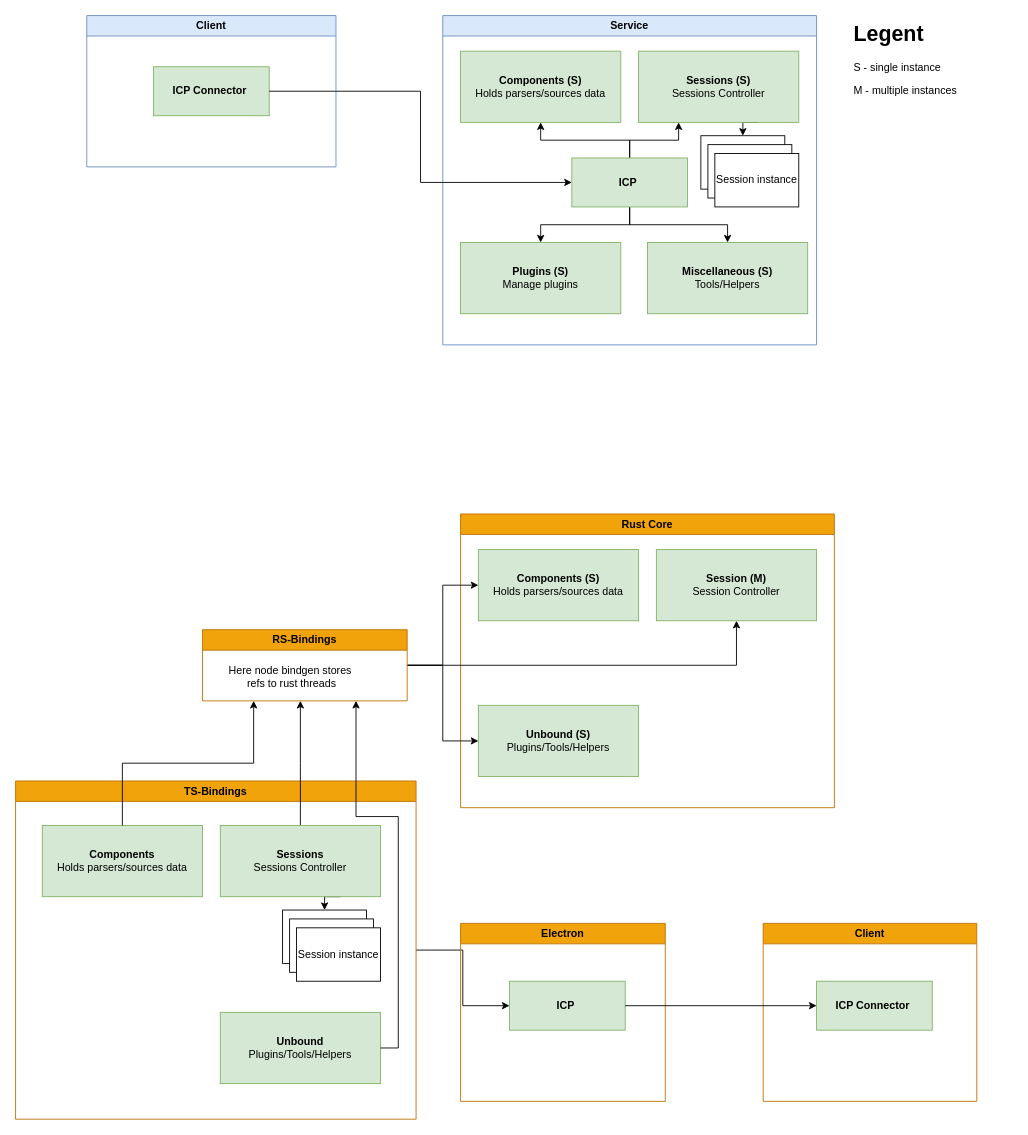
Above: runtime_map.drawio in DmitryAstafyev/chipmunk3_roadmap (draw.io), before the change. Source tidied: cells renumbered, new cells numbered last; positions are measured from the earlier drawing's top-left corner, leaving out a move shared by most shapes. Both pictures are drawn from the tidied source at 89%, with x=0, y=0 at pixel (15, 15).
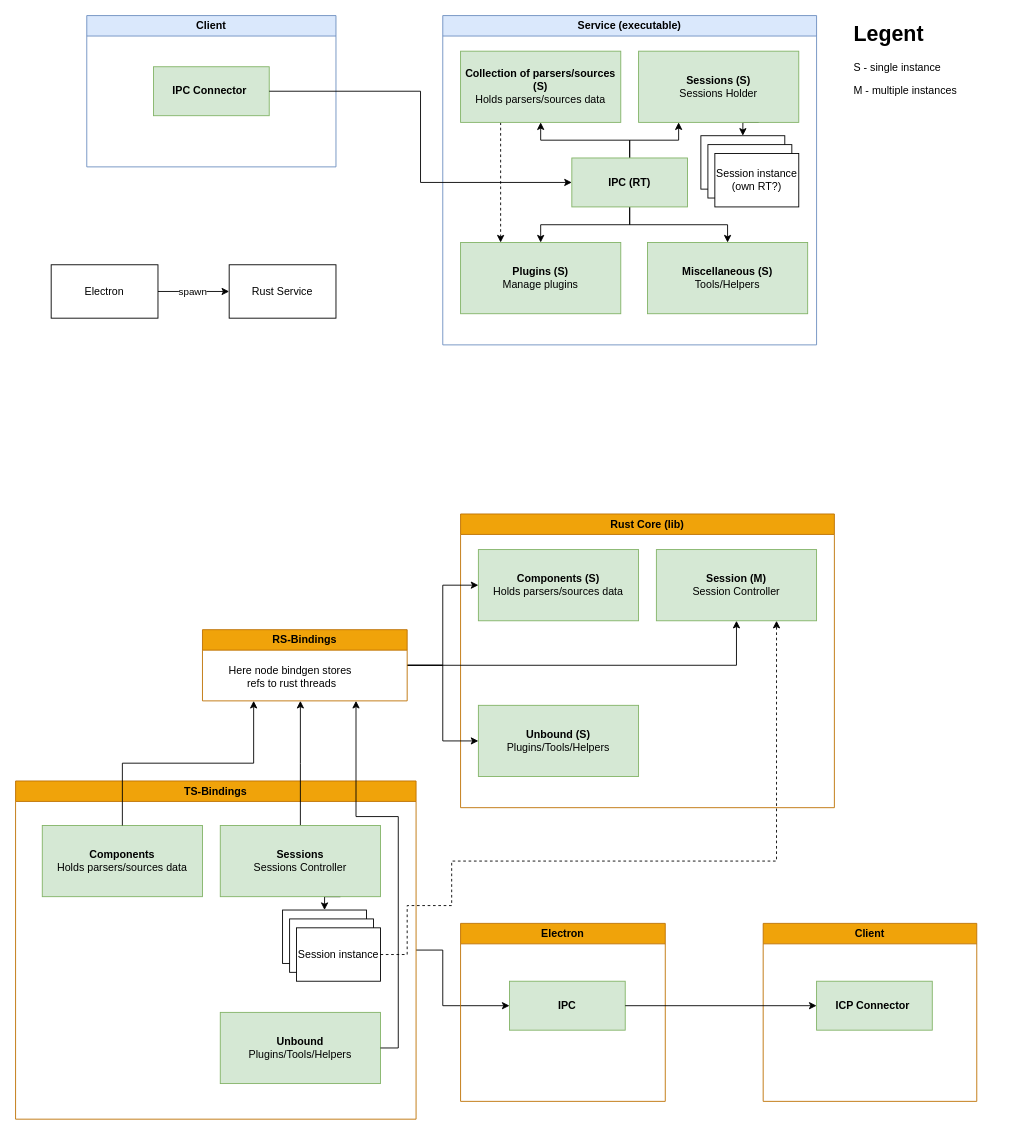
Above is the later version.

Unchanged cells that the change refers to:
```xml
<mxCell id="4" value="&lt;b&gt;Plugins (S)&lt;/b&gt;&lt;div&gt;Manage plugins&lt;/div&gt;" style="rounded=0;whiteSpace=wrap;html=1;fillColor=#d5e8d4;strokeColor=#82b366;" parent="2" vertex="1">
  <mxGeometry x="20" y="255" width="180" height="80" as="geometry" />
</mxCell>
<mxCell id="13" style="group;" parent="2" vertex="1">
  <mxGeometry x="290" y="135" width="110" height="80" as="geometry" />
</mxCell>
<mxCell id="17" value="Client" style="swimlane;whiteSpace=wrap;html=1;fillColor=#dae8fc;strokeColor=#6c8ebf;" parent="1" vertex="1">
  <mxGeometry x="80" width="280" height="170" as="geometry" />
</mxCell>
<mxCell id="23" value="&lt;b&gt;Session (M)&lt;/b&gt;&lt;br&gt;&lt;div&gt;Session Controller&lt;/div&gt;" style="rounded=0;whiteSpace=wrap;html=1;fillColor=#d5e8d4;strokeColor=#82b366;" parent="20" vertex="1">
  <mxGeometry x="220" y="40" width="180" height="80" as="geometry" />
</mxCell>
<mxCell id="29" value="TS-Bindings" style="swimlane;whiteSpace=wrap;html=1;fillColor=#f0a30a;fontColor=#000000;strokeColor=#BD7000;" parent="1" vertex="1">
  <mxGeometry y="860" width="450" height="380" as="geometry" />
</mxCell>
<mxCell id="37" value="Session instance" style="rounded=0;whiteSpace=wrap;html=1;" parent="34" vertex="1">
  <mxGeometry x="15.7" y="20" width="94.3" height="60" as="geometry" />
</mxCell>
<mxCell id="41" value="Electron" style="swimlane;whiteSpace=wrap;html=1;fillColor=#f0a30a;fontColor=#000000;strokeColor=#BD7000;" parent="1" vertex="1">
  <mxGeometry x="500" y="1020" width="230" height="200" as="geometry" />
</mxCell>
```

Diff of the diagram source:
```diff
@@
-    <mxCell id="2" value="Service" style="swimlane;whiteSpace=wrap;html=1;fillColor=#dae8fc;strokeColor=#6c8ebf;" parent="1" vertex="1">
+    <mxCell id="2" value="Service (executable)" style="swimlane;whiteSpace=wrap;html=1;fillColor=#dae8fc;strokeColor=#6c8ebf;" parent="1" vertex="1">
       <mxGeometry x="480" width="420" height="370" as="geometry" />
     </mxCell>
+    <mxCell id="48" style="edgeStyle=orthogonalEdgeStyle;rounded=0;jettySize=auto;html=1;exitX=0.25;exitY=1;exitDx=0;exitDy=0;entryX=0.25;entryY=0;entryDx=0;entryDy=0;dashed=1;" parent="2" edge="1" source="3" target="4">
+      <mxGeometry relative="1" as="geometry" />
+    </mxCell>
-    <mxCell id="3" value="&lt;b&gt;Components (S)&lt;/b&gt;&lt;div&gt;Holds parsers/sources data&lt;/div&gt;" style="rounded=0;whiteSpace=wrap;html=1;fillColor=#d5e8d4;strokeColor=#82b366;" parent="2" vertex="1">
+    <mxCell id="3" value="&lt;b&gt;Collection of parsers/sources (S)&lt;/b&gt;&lt;div&gt;Holds parsers/sources data&lt;/div&gt;" style="rounded=0;whiteSpace=wrap;html=1;fillColor=#d5e8d4;strokeColor=#82b366;" parent="2" vertex="1">
       <mxGeometry x="20" y="40" width="180" height="80" as="geometry" />
     </mxCell>
@@
-    <mxCell id="7" value="&lt;b&gt;Sessions (S)&lt;/b&gt;&lt;br&gt;&lt;div&gt;Sessions Controller&lt;/div&gt;" style="rounded=0;whiteSpace=wrap;html=1;fillColor=#d5e8d4;strokeColor=#82b366;" parent="2" vertex="1">
+    <mxCell id="7" value="&lt;b&gt;Sessions (S)&lt;/b&gt;&lt;br&gt;&lt;div&gt;Sessions Holder&lt;/div&gt;" style="rounded=0;whiteSpace=wrap;html=1;fillColor=#d5e8d4;strokeColor=#82b366;" parent="2" vertex="1">
       <mxGeometry x="220" y="40" width="180" height="80" as="geometry" />
     </mxCell>
@@
-    <mxCell id="12" value="&lt;b&gt;ICP&lt;/b&gt;&lt;span style=&quot;background-color: transparent; color: light-dark(rgb(0, 0, 0), rgb(255, 255, 255));&quot;&gt;&amp;nbsp;&lt;/span&gt;" style="rounded=0;whiteSpace=wrap;html=1;fillColor=#d5e8d4;strokeColor=#82b366;" parent="2" vertex="1">
+    <mxCell id="12" value="&lt;b&gt;IPC (RT)&lt;/b&gt;" style="rounded=0;whiteSpace=wrap;html=1;fillColor=#d5e8d4;strokeColor=#82b366;" parent="2" vertex="1">
       <mxGeometry x="145" y="160" width="130" height="55" as="geometry" />
     </mxCell>
@@
-    <mxCell id="16" value="Session instance" style="rounded=0;whiteSpace=wrap;html=1;" parent="13" vertex="1">
+    <mxCell id="16" value="Session instance (own RT?)" style="rounded=0;whiteSpace=wrap;html=1;" parent="13" vertex="1">
       <mxGeometry x="15.7" y="20" width="94.3" height="60" as="geometry" />
     </mxCell>
@@
-    <mxCell id="18" value="&lt;b&gt;ICP Connector&lt;/b&gt;&lt;span style=&quot;background-color: transparent; color: light-dark(rgb(0, 0, 0), rgb(255, 255, 255));&quot;&gt;&amp;nbsp;&lt;/span&gt;" style="rounded=0;whiteSpace=wrap;html=1;fillColor=#d5e8d4;strokeColor=#82b366;" parent="17" vertex="1">
+    <mxCell id="18" value="&lt;b&gt;IPC Connector&lt;/b&gt;&lt;span style=&quot;background-color: transparent; color: light-dark(rgb(0, 0, 0), rgb(255, 255, 255));&quot;&gt;&amp;nbsp;&lt;/span&gt;" style="rounded=0;whiteSpace=wrap;html=1;fillColor=#d5e8d4;strokeColor=#82b366;" parent="17" vertex="1">
       <mxGeometry x="75" y="57.5" width="130" height="55" as="geometry" />
     </mxCell>
-    <mxCell id="19" style="edgeStyle=orthogonalEdgeStyle;rounded=0;jettySize=auto;html=1;exitX=1;exitY=0.5;exitDx=0;exitDy=0;entryX=0;entryY=0.5;entryDx=0;entryDy=0;" parent="1" edge="1" source="18" target="12">
+    <mxCell id="19" style="edgeStyle=orthogonalEdgeStyle;rounded=0;jettySize=auto;html=1;exitX=1;exitY=0.5;exitDx=0;exitDy=0;entryX=0;entryY=0.5;entryDx=0;entryDy=0;strokeColor=default;" parent="1" edge="1" source="18" target="12">
       <mxGeometry relative="1" as="geometry" />
     </mxCell>
-    <mxCell id="20" value="Rust Core" style="swimlane;whiteSpace=wrap;html=1;fillColor=#f0a30a;fontColor=#000000;strokeColor=#BD7000;" parent="1" vertex="1">
+    <mxCell id="20" value="Rust Core (lib)" style="swimlane;whiteSpace=wrap;html=1;fillColor=#f0a30a;fontColor=#000000;strokeColor=#BD7000;" parent="1" vertex="1">
       <mxGeometry x="500" y="560" width="420" height="330" as="geometry" />
     </mxCell>
-    <mxCell id="21" value="&lt;b&gt;Components (S)&lt;/b&gt;&lt;div&gt;Holds parsers/sources data&lt;/div&gt;" style="rounded=0;whiteSpace=wrap;html=1;fillColor=#d5e8d4;strokeColor=#82b366;" parent="20" vertex="1">
-      <mxGeometry x="20" y="40" width="180" height="80" as="geometry" />
-    </mxCell>
@@
+    <mxCell id="21" value="&lt;b&gt;Components (S)&lt;/b&gt;&lt;div&gt;Holds parsers/sources data&lt;/div&gt;" style="rounded=0;whiteSpace=wrap;html=1;fillColor=#d5e8d4;strokeColor=#82b366;" parent="20" vertex="1">
+      <mxGeometry x="20" y="40" width="180" height="80" as="geometry" />
+    </mxCell>
@@
     <mxCell id="28" style="edgeStyle=orthogonalEdgeStyle;rounded=0;jettySize=auto;html=1;exitX=1;exitY=0.5;exitDx=0;exitDy=0;entryX=0;entryY=0.5;entryDx=0;entryDy=0;" parent="1" edge="1" source="29" target="42">
-      <mxGeometry relative="1" as="geometry" />
+      <mxGeometry relative="1" as="geometry">
+        <Array as="points">
+          <mxPoint x="480" y="1050" />
+          <mxPoint x="480" y="1112" />
+        </Array>
+      </mxGeometry>
     </mxCell>
@@
-    <mxCell id="42" value="&lt;b&gt;ICP&lt;/b&gt;&lt;span style=&quot;background-color: transparent; color: light-dark(rgb(0, 0, 0), rgb(255, 255, 255));&quot;&gt;&amp;nbsp;&lt;/span&gt;" style="rounded=0;whiteSpace=wrap;html=1;fillColor=#d5e8d4;strokeColor=#82b366;" parent="41" vertex="1">
+    <mxCell id="42" value="&lt;b&gt;IPC&lt;/b&gt;" style="rounded=0;whiteSpace=wrap;html=1;fillColor=#d5e8d4;strokeColor=#82b366;" parent="41" vertex="1">
       <mxGeometry x="55" y="65" width="130" height="55" as="geometry" />
     </mxCell>
@@
+    <mxCell id="49" style="edgeStyle=orthogonalEdgeStyle;rounded=0;jettySize=auto;html=1;exitX=1;exitY=0.5;exitDx=0;exitDy=0;entryX=0.75;entryY=1;entryDx=0;entryDy=0;dashed=1;" parent="1" edge="1" source="37" target="23">
+      <mxGeometry relative="1" as="geometry">
+        <Array as="points">
+          <mxPoint x="440" y="1055" />
+          <mxPoint x="440" y="1000" />
+          <mxPoint x="490" y="1000" />
+          <mxPoint x="490" y="950" />
+          <mxPoint x="855" y="950" />
+        </Array>
+      </mxGeometry>
+    </mxCell>
+    <mxCell id="50" style="edgeStyle=orthogonalEdgeStyle;rounded=0;jettySize=auto;html=1;exitX=1;exitY=0.5;exitDx=0;exitDy=0;" parent="1" edge="1" source="52" target="53">
+      <mxGeometry relative="1" as="geometry" />
+    </mxCell>
+    <mxCell id="51" value="spawn" style="edgeLabel;html=1;align=center;verticalAlign=middle;" parent="50" vertex="1">
+      <mxGeometry x="-0.06" relative="1" as="geometry" />
+    </mxCell>
+    <mxCell id="52" value="Electron" style="rounded=0;whiteSpace=wrap;html=1;" parent="1" vertex="1">
+      <mxGeometry x="40" y="280" width="120" height="60" as="geometry" />
+    </mxCell>
+    <mxCell id="53" value="Rust Service" style="rounded=0;whiteSpace=wrap;html=1;" parent="1" vertex="1">
+      <mxGeometry x="240" y="280" width="120" height="60" as="geometry" />
+    </mxCell>
```
